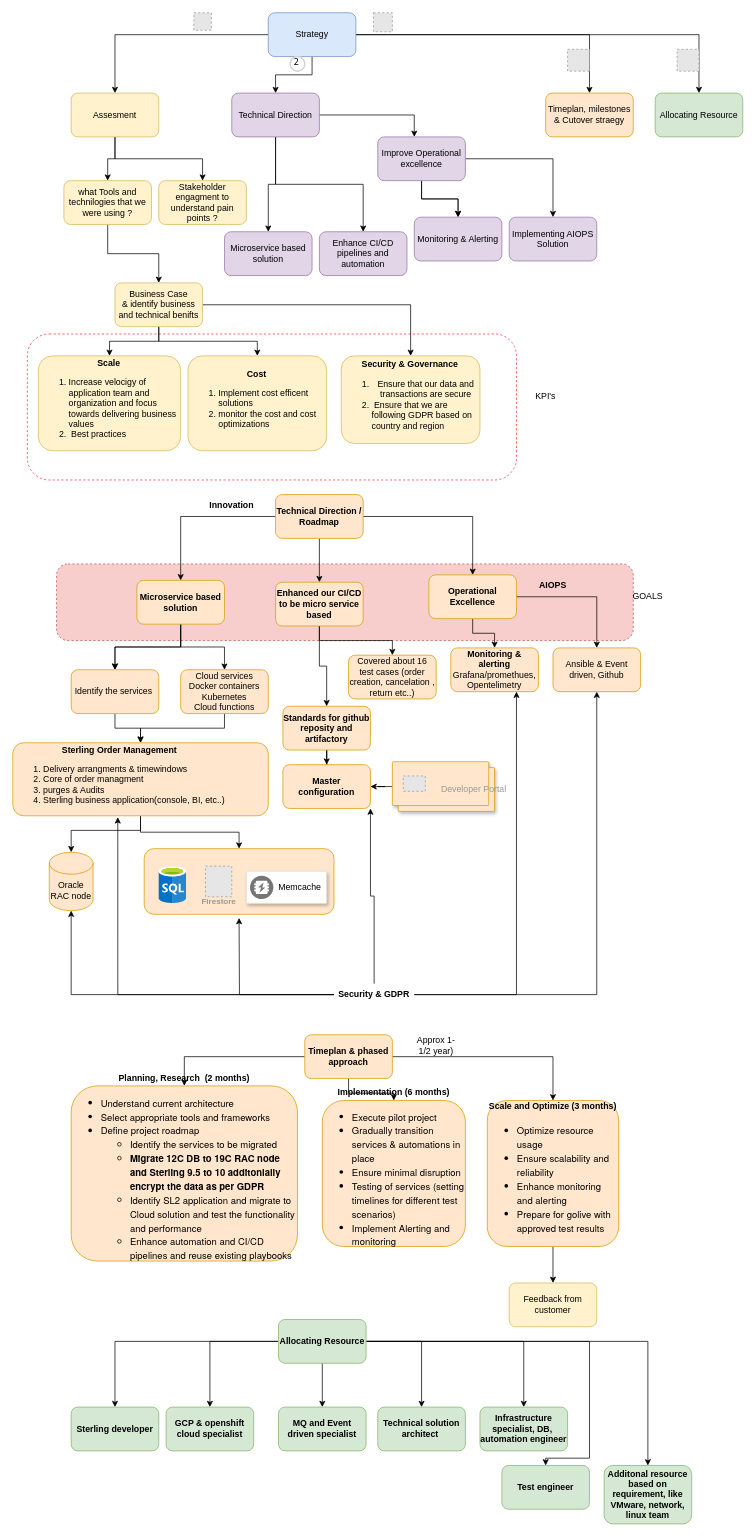
chkamal2006/FlowChart keeps this draw.io diagram as Untitled Diagram.drawio. Above is the earlier version. Source tidied: cells renumbered, new cells numbered last; positions are measured from the earlier drawing's top-left corner, leaving out a move shared by most shapes. Both pictures are drawn from the tidied source at 73%, with x=0, y=0 at pixel (12, 12). Pictures stored in the file or linked from it are replaced by grey dashed boxes.
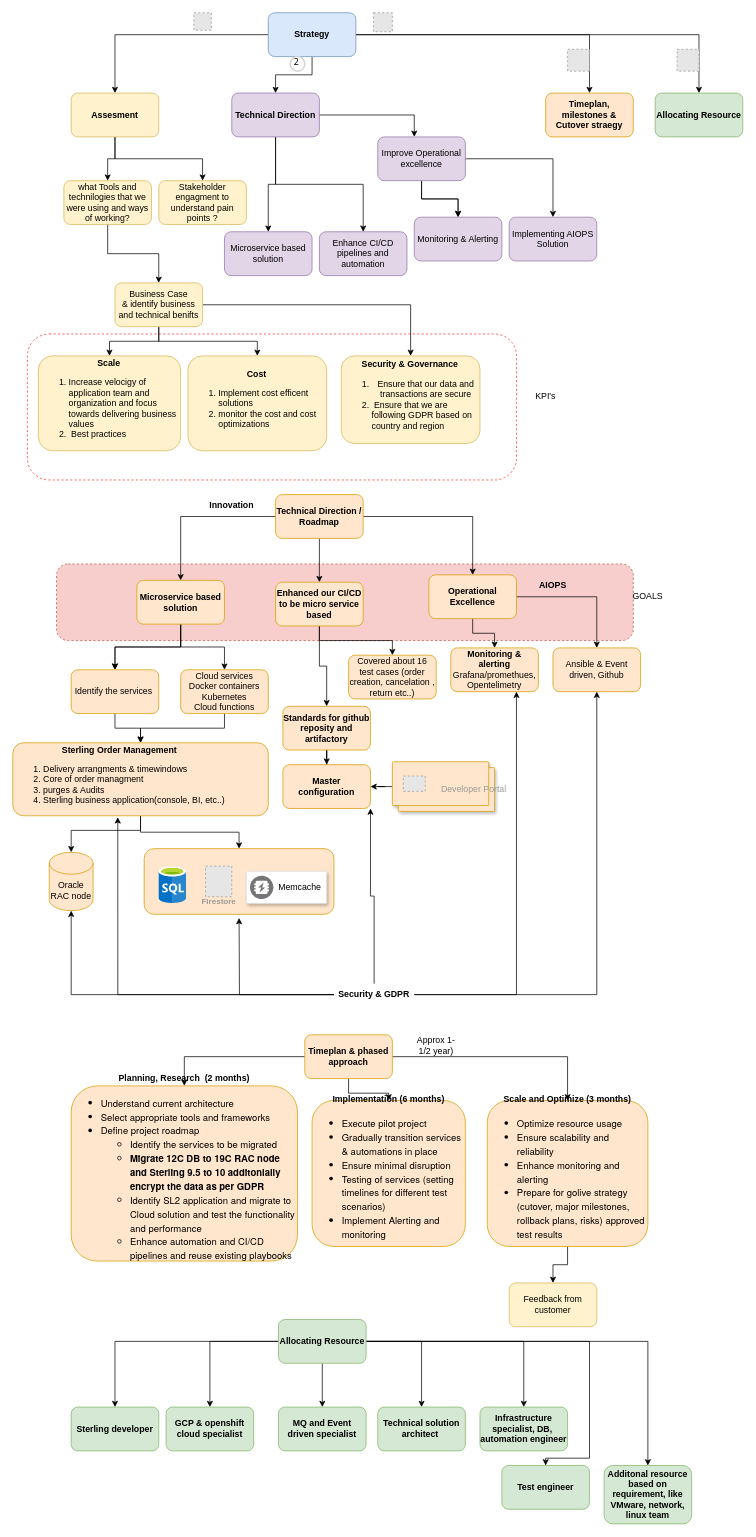
Above is the later version.

Diff of the diagram source:
```diff
@@
-    <mxCell id="9" value="Strategy" style="rounded=1;whiteSpace=wrap;html=1;fillColor=#dae8fc;strokeColor=#6c8ebf;" parent="1" vertex="1">
+    <mxCell id="9" value="Strategy" style="rounded=1;whiteSpace=wrap;html=1;fillColor=#dae8fc;strokeColor=#6c8ebf;fontStyle=1;" parent="1" vertex="1">
       <mxGeometry x="350" width="120" height="60" as="geometry" />
     </mxCell>
@@
-    <mxCell id="12" value="Assesment" style="rounded=1;whiteSpace=wrap;html=1;fillColor=#fff2cc;strokeColor=#d6b656;" parent="1" vertex="1">
+    <mxCell id="12" value="Assesment" style="rounded=1;whiteSpace=wrap;html=1;fillColor=#fff2cc;strokeColor=#d6b656;fontStyle=1;" parent="1" vertex="1">
       <mxGeometry x="80" y="110" width="120" height="60" as="geometry" />
     </mxCell>
@@
-    <mxCell id="14" value="what Tools and technilogies that we were using ?" style="rounded=1;whiteSpace=wrap;html=1;fillColor=#fff2cc;strokeColor=#d6b656;" parent="1" vertex="1">
+    <mxCell id="14" value="what Tools and technilogies that we were using and ways of working?" style="rounded=1;whiteSpace=wrap;html=1;fillColor=#fff2cc;strokeColor=#d6b656;" parent="1" vertex="1">
       <mxGeometry x="70" y="230" width="120" height="60" as="geometry" />
     </mxCell>
@@
-    <mxCell id="26" value="Technical Direction" style="whiteSpace=wrap;html=1;rounded=1;fillColor=#e1d5e7;strokeColor=#9673a6;" parent="1" vertex="1">
+    <mxCell id="26" value="Technical Direction" style="whiteSpace=wrap;html=1;rounded=1;fillColor=#e1d5e7;strokeColor=#9673a6;fontStyle=1;" parent="1" vertex="1">
       <mxGeometry x="300" y="110" width="120" height="60" as="geometry" />
     </mxCell>
@@
-    <mxCell id="79" value="Timeplan, milestones &amp;amp; Cutover straegy" style="whiteSpace=wrap;html=1;rounded=1;fillColor=#ffe6cc;strokeColor=#d79b00;" parent="1" vertex="1">
+    <mxCell id="79" value="Timeplan, milestones &amp;amp; Cutover straegy" style="whiteSpace=wrap;html=1;rounded=1;fillColor=#ffe6cc;strokeColor=#d79b00;fontStyle=1;" parent="1" vertex="1">
       <mxGeometry x="730" y="110" width="120" height="60" as="geometry" />
     </mxCell>
@@
     <mxCell id="88" value="&lt;b&gt;Implementation (6 months)&lt;/b&gt;&lt;div&gt;&lt;ul style=&quot;font-size: medium; text-align: start;&quot; class=&quot;ul1&quot;&gt;&lt;li style=&quot;margin: 0px; font-variant-numeric: normal; font-variant-east-asian: normal; font-variant-alternates: normal; font-kerning: auto; font-optical-sizing: auto; font-feature-settings: normal; font-variation-settings: normal; font-variant-position: normal; font-stretch: normal; font-size: 13px; line-height: normal; font-family: &amp;quot;Helvetica Neue&amp;quot;;&quot; class=&quot;li1&quot;&gt;&lt;span style=&quot;font-variant-numeric: normal; font-variant-east-asian: normal; font-variant-alternates: normal; font-kerning: auto; font-optical-sizing: auto; font-feature-settings: normal; font-variation-settings: normal; font-variant-position: normal; font-stretch: normal; font-size: 9px; line-height: normal; font-family: Menlo;&quot; class=&quot;s1&quot;&gt;&lt;/span&gt;Execute pilot project&lt;/li&gt;&lt;li style=&quot;margin: 0px; font-variant-numeric: normal; font-variant-east-asian: normal; font-variant-alternates: normal; font-kerning: auto; font-optical-sizing: auto; font-feature-settings: normal; font-variation-settings: normal; font-variant-position: normal; font-stretch: normal; font-size: 13px; line-height: normal; font-family: &amp;quot;Helvetica Neue&amp;quot;;&quot; class=&quot;li1&quot;&gt;&lt;span style=&quot;font-variant-numeric: normal; font-variant-east-asian: normal; font-variant-alternates: normal; font-kerning: auto; font-optical-sizing: auto; font-feature-settings: normal; font-variation-settings: normal; font-variant-position: normal; font-stretch: normal; font-size: 9px; line-height: normal; font-family: Menlo;&quot; class=&quot;s1&quot;&gt;&lt;/span&gt;Gradually transition services &amp;amp; automations in place&lt;/li&gt;&lt;li style=&quot;margin: 0px; font-variant-numeric: normal; font-variant-east-asian: normal; font-variant-alternates: normal; font-kerning: auto; font-optical-sizing: auto; font-feature-settings: normal; font-variation-settings: normal; font-variant-position: normal; font-stretch: normal; font-size: 13px; line-height: normal; font-family: &amp;quot;Helvetica Neue&amp;quot;;&quot; class=&quot;li1&quot;&gt;&lt;span style=&quot;font-variant-numeric: normal; font-variant-east-asian: normal; font-variant-alternates: normal; font-kerning: auto; font-optical-sizing: auto; font-feature-settings: normal; font-variation-settings: normal; font-variant-position: normal; font-stretch: normal; font-size: 9px; line-height: normal; font-family: Menlo;&quot; class=&quot;s1&quot;&gt;&lt;/span&gt;Ensure minimal disruption&lt;/li&gt;&lt;li style=&quot;margin: 0px; font-variant-numeric: normal; font-variant-east-asian: normal; font-variant-alternates: normal; font-kerning: auto; font-optical-sizing: auto; font-feature-settings: normal; font-variation-settings: normal; font-variant-position: normal; font-stretch: normal; font-size: 13px; line-height: normal; font-family: &amp;quot;Helvetica Neue&amp;quot;;&quot; class=&quot;li1&quot;&gt;Testing of services (setting timelines for different test scenarios)&lt;/li&gt;&lt;li style=&quot;margin: 0px; font-variant-numeric: normal; font-variant-east-asian: normal; font-variant-alternates: normal; font-kerning: auto; font-optical-sizing: auto; font-feature-settings: normal; font-variation-settings: normal; font-variant-position: normal; font-stretch: normal; font-size: 13px; line-height: normal; font-family: &amp;quot;Helvetica Neue&amp;quot;;&quot; class=&quot;li1&quot;&gt;Implement Alerting and monitoring&lt;/li&gt;&lt;/ul&gt;&lt;/div&gt;" style="whiteSpace=wrap;html=1;rounded=1;fillColor=#ffe6cc;strokeColor=#d79b00;" parent="1" vertex="1">
-      <mxGeometry x="424" y="1490" width="196" height="200" as="geometry" />
+      <mxGeometry x="410" y="1490" width="210" height="200" as="geometry" />
     </mxCell>
@@
-    <mxCell id="92" value="&lt;b&gt;Scale and Optimize (3 months)&lt;/b&gt;&lt;div&gt;&lt;ul style=&quot;font-size: medium; text-align: start;&quot; class=&quot;ul1&quot;&gt;&lt;li style=&quot;margin: 0px; font-variant-numeric: normal; font-variant-east-asian: normal; font-variant-alternates: normal; font-kerning: auto; font-optical-sizing: auto; font-feature-settings: normal; font-variation-settings: normal; font-variant-position: normal; font-stretch: normal; font-size: 13px; line-height: normal; font-family: &amp;quot;Helvetica Neue&amp;quot;;&quot; class=&quot;li1&quot;&gt;&lt;span style=&quot;font-variant-numeric: normal; font-variant-east-asian: normal; font-variant-alternates: normal; font-kerning: auto; font-optical-sizing: auto; font-feature-settings: normal; font-variation-settings: normal; font-variant-position: normal; font-stretch: normal; font-size: 9px; line-height: normal; font-family: Menlo;&quot; class=&quot;s1&quot;&gt;&lt;/span&gt;Optimize resource usage&lt;/li&gt;&lt;li style=&quot;margin: 0px; font-variant-numeric: normal; font-variant-east-asian: normal; font-variant-alternates: normal; font-kerning: auto; font-optical-sizing: auto; font-feature-settings: normal; font-variation-settings: normal; font-variant-position: normal; font-stretch: normal; font-size: 13px; line-height: normal; font-family: &amp;quot;Helvetica Neue&amp;quot;;&quot; class=&quot;li1&quot;&gt;&lt;span style=&quot;font-variant-numeric: normal; font-variant-east-asian: normal; font-variant-alternates: normal; font-kerning: auto; font-optical-sizing: auto; font-feature-settings: normal; font-variation-settings: normal; font-variant-position: normal; font-stretch: normal; font-size: 9px; line-height: normal; font-family: Menlo;&quot; class=&quot;s1&quot;&gt;&lt;/span&gt;Ensure scalability and reliability&lt;/li&gt;&lt;li style=&quot;margin: 0px; font-variant-numeric: normal; font-variant-east-asian: normal; font-variant-alternates: normal; font-kerning: auto; font-optical-sizing: auto; font-feature-settings: normal; font-variation-settings: normal; font-variant-position: normal; font-stretch: normal; font-size: 13px; line-height: normal; font-family: &amp;quot;Helvetica Neue&amp;quot;;&quot; class=&quot;li1&quot;&gt;&lt;span style=&quot;font-variant-numeric: normal; font-variant-east-asian: normal; font-variant-alternates: normal; font-kerning: auto; font-optical-sizing: auto; font-feature-settings: normal; font-variation-settings: normal; font-variant-position: normal; font-stretch: normal; font-size: 9px; line-height: normal; font-family: Menlo;&quot; class=&quot;s1&quot;&gt;&lt;/span&gt;Enhance monitoring and alerting&lt;/li&gt;&lt;li style=&quot;margin: 0px; font-variant-numeric: normal; font-variant-east-asian: normal; font-variant-alternates: normal; font-kerning: auto; font-optical-sizing: auto; font-feature-settings: normal; font-variation-settings: normal; font-variant-position: normal; font-stretch: normal; font-size: 13px; line-height: normal; font-family: &amp;quot;Helvetica Neue&amp;quot;;&quot; class=&quot;li1&quot;&gt;Prepare for golive with approved test results&lt;/li&gt;&lt;/ul&gt;&lt;/div&gt;" style="whiteSpace=wrap;html=1;rounded=1;fillColor=#ffe6cc;strokeColor=#d79b00;" parent="1" vertex="1">
-      <mxGeometry x="650" y="1490" width="180" height="200" as="geometry" />
+    <mxCell id="92" value="&lt;b&gt;Scale and Optimize (3 months)&lt;/b&gt;&lt;div&gt;&lt;ul style=&quot;font-size: medium; text-align: start;&quot; class=&quot;ul1&quot;&gt;&lt;li style=&quot;margin: 0px; font-variant-numeric: normal; font-variant-east-asian: normal; font-variant-alternates: normal; font-kerning: auto; font-optical-sizing: auto; font-feature-settings: normal; font-variation-settings: normal; font-variant-position: normal; font-stretch: normal; font-size: 13px; line-height: normal; font-family: &amp;quot;Helvetica Neue&amp;quot;;&quot; class=&quot;li1&quot;&gt;&lt;span style=&quot;font-variant-numeric: normal; font-variant-east-asian: normal; font-variant-alternates: normal; font-kerning: auto; font-optical-sizing: auto; font-feature-settings: normal; font-variation-settings: normal; font-variant-position: normal; font-stretch: normal; font-size: 9px; line-height: normal; font-family: Menlo;&quot; class=&quot;s1&quot;&gt;&lt;/span&gt;Optimize resource usage&lt;/li&gt;&lt;li style=&quot;margin: 0px; font-variant-numeric: normal; font-variant-east-asian: normal; font-variant-alternates: normal; font-kerning: auto; font-optical-sizing: auto; font-feature-settings: normal; font-variation-settings: normal; font-variant-position: normal; font-stretch: normal; font-size: 13px; line-height: normal; font-family: &amp;quot;Helvetica Neue&amp;quot;;&quot; class=&quot;li1&quot;&gt;&lt;span style=&quot;font-variant-numeric: normal; font-variant-east-asian: normal; font-variant-alternates: normal; font-kerning: auto; font-optical-sizing: auto; font-feature-settings: normal; font-variation-settings: normal; font-variant-position: normal; font-stretch: normal; font-size: 9px; line-height: normal; font-family: Menlo;&quot; class=&quot;s1&quot;&gt;&lt;/span&gt;Ensure scalability and reliability&lt;/li&gt;&lt;li style=&quot;margin: 0px; font-variant-numeric: normal; font-variant-east-asian: normal; font-variant-alternates: normal; font-kerning: auto; font-optical-sizing: auto; font-feature-settings: normal; font-variation-settings: normal; font-variant-position: normal; font-stretch: normal; font-size: 13px; line-height: normal; font-family: &amp;quot;Helvetica Neue&amp;quot;;&quot; class=&quot;li1&quot;&gt;&lt;span style=&quot;font-variant-numeric: normal; font-variant-east-asian: normal; font-variant-alternates: normal; font-kerning: auto; font-optical-sizing: auto; font-feature-settings: normal; font-variation-settings: normal; font-variant-position: normal; font-stretch: normal; font-size: 9px; line-height: normal; font-family: Menlo;&quot; class=&quot;s1&quot;&gt;&lt;/span&gt;Enhance monitoring and alerting&lt;/li&gt;&lt;li style=&quot;margin: 0px; font-variant-numeric: normal; font-variant-east-asian: normal; font-variant-alternates: normal; font-kerning: auto; font-optical-sizing: auto; font-feature-settings: normal; font-variation-settings: normal; font-variant-position: normal; font-stretch: normal; font-size: 13px; line-height: normal; font-family: &amp;quot;Helvetica Neue&amp;quot;;&quot; class=&quot;li1&quot;&gt;Prepare for golive strategy (cutover, major milestones, rollback plans, risks) approved test results&lt;/li&gt;&lt;/ul&gt;&lt;/div&gt;" style="whiteSpace=wrap;html=1;rounded=1;fillColor=#ffe6cc;strokeColor=#d79b00;" parent="1" vertex="1">
+      <mxGeometry x="650" y="1490" width="220" height="200" as="geometry" />
     </mxCell>
@@
-    <mxCell id="95" value="Allocating Resource" style="rounded=1;whiteSpace=wrap;html=1;fillColor=#d5e8d4;strokeColor=#82b366;" parent="1" vertex="1">
+    <mxCell id="95" value="Allocating Resource" style="rounded=1;whiteSpace=wrap;html=1;fillColor=#d5e8d4;strokeColor=#82b366;fontStyle=1;" parent="1" vertex="1">
       <mxGeometry x="880" y="110" width="120" height="60" as="geometry" />
     </mxCell>
```
